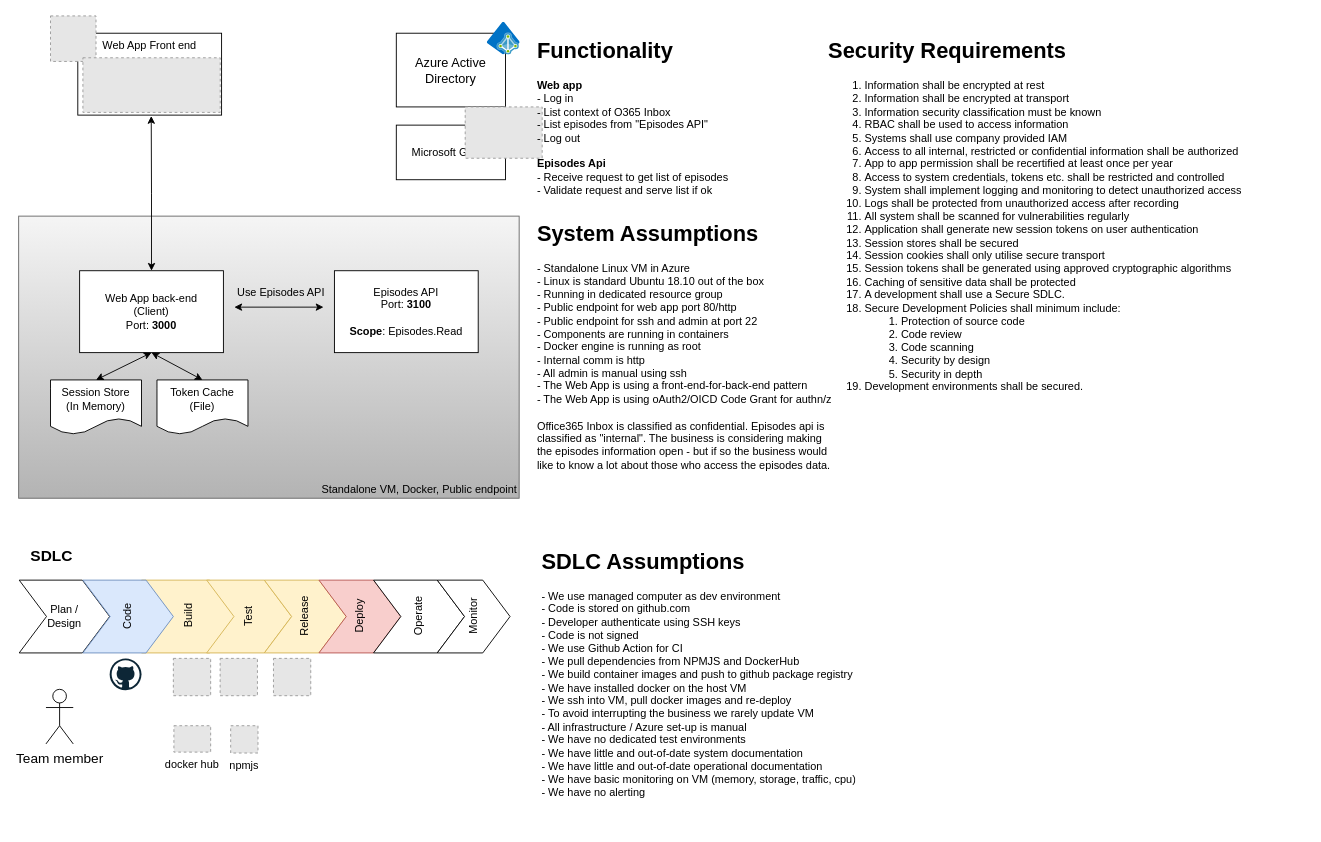
Earlier version of the draw.io diagram page "Example System SDLC" (6 of 6) of slides/drawings/tm-diagrams.drawio (equinor/appsec-threatmodeling-101-workshop). Source tidied: cells renumbered, new cells numbered last; positions are measured from the earlier drawing's top-left corner, leaving out a move shared by most shapes. Both pictures are drawn from the tidied source at 91%, with x=0, y=0 at pixel (18, 15). Pictures stored in the file or linked from it are replaced by grey dashed boxes.
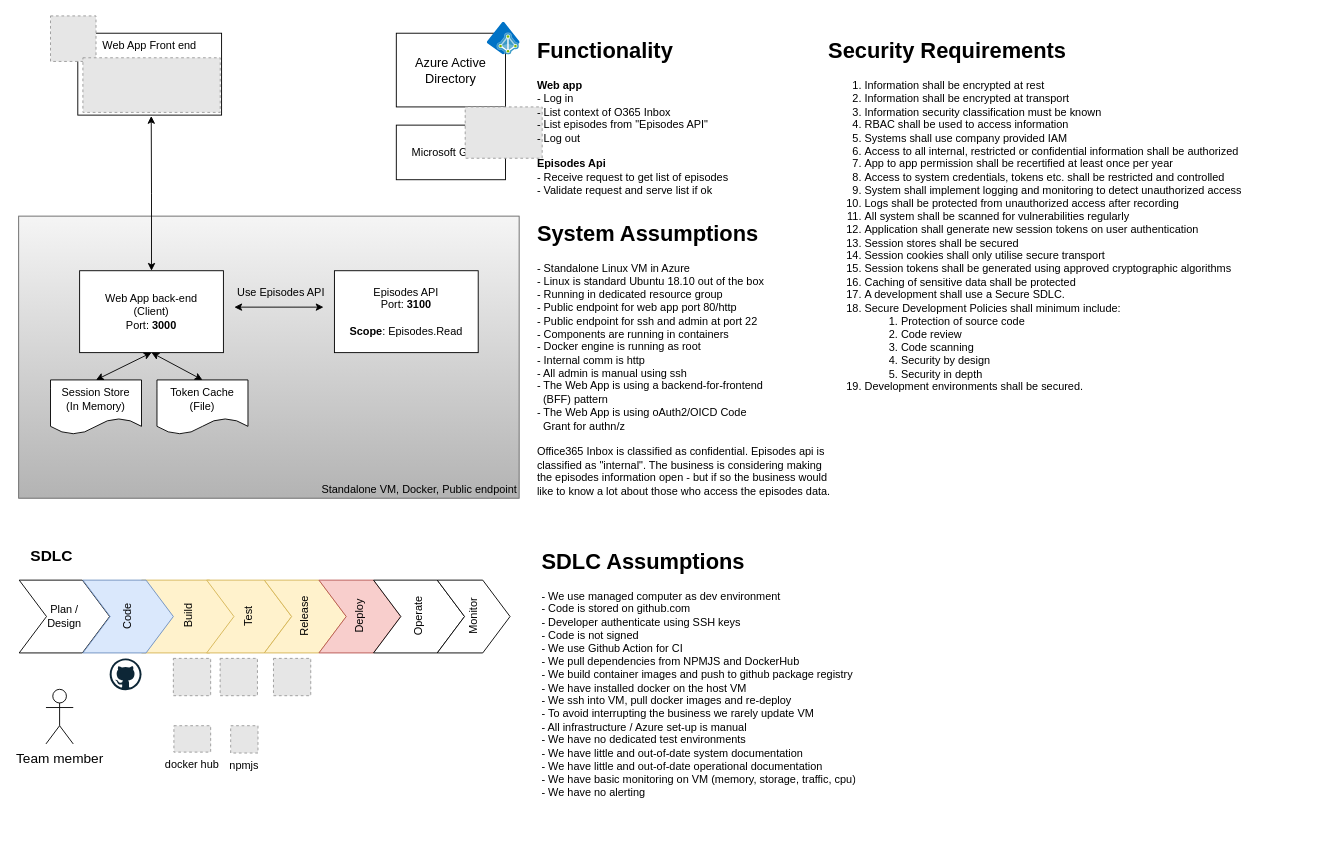
The same diagram, later.

What changed in the source:
```diff
@@
-    <mxCell id="36" value="&lt;h1&gt;System Assumptions&lt;/h1&gt;&lt;div&gt;- Standalone Linux VM in Azure&lt;/div&gt;&lt;div&gt;- Linux is standard Ubuntu 18.10 out of the box&lt;/div&gt;&lt;div&gt;- Running in dedicated resource group&lt;/div&gt;&lt;div&gt;- Public endpoint for web app port 80/http&lt;/div&gt;&lt;div&gt;- Public endpoint for ssh and admin at port 22&lt;/div&gt;&lt;div&gt;&lt;span style=&quot;background-color: initial;&quot;&gt;- Components a&lt;/span&gt;&lt;span style=&quot;background-color: initial;&quot;&gt;re running in containers&lt;/span&gt;&lt;/div&gt;&lt;div&gt;- Docker engine is running as root&lt;/div&gt;&lt;div&gt;&lt;span style=&quot;background-color: initial;&quot;&gt;- Internal comm is http&lt;/span&gt;&lt;br&gt;&lt;/div&gt;&lt;div&gt;- All admin is manual using ssh&lt;/div&gt;&lt;div&gt;- The Web App is using a front-end-for-back-end pattern&lt;/div&gt;&lt;div&gt;- The Web App is using oAuth2/OICD Code Grant for authn/z&lt;/div&gt;&lt;div&gt;&lt;br&gt;&lt;/div&gt;&lt;div&gt;Office365 Inbox is classified as confidential. Episodes api is classified as &quot;internal&quot;. The business is considering making the episodes information open - but if so the business would like to know a lot about those who access the episodes data.&lt;/div&gt;" style="text;html=1;strokeColor=none;fillColor=none;spacing=5;spacingTop=-20;whiteSpace=wrap;overflow=hidden;rounded=0;" parent="1" vertex="1">
+    <mxCell id="36" value="&lt;h1&gt;System Assumptions&lt;/h1&gt;&lt;div&gt;- Standalone Linux VM in Azure&lt;/div&gt;&lt;div&gt;- Linux is standard Ubuntu 18.10 out of the box&lt;/div&gt;&lt;div&gt;- Running in dedicated resource group&lt;/div&gt;&lt;div&gt;- Public endpoint for web app port 80/http&lt;/div&gt;&lt;div&gt;- Public endpoint for ssh and admin at port 22&lt;/div&gt;&lt;div&gt;&lt;span&gt;- Components a&lt;/span&gt;&lt;span&gt;re running in containers&lt;/span&gt;&lt;/div&gt;&lt;div&gt;- Docker engine is running as root&lt;/div&gt;&lt;div&gt;&lt;span&gt;- Internal comm is http&lt;/span&gt;&lt;br&gt;&lt;/div&gt;&lt;div&gt;- All admin is manual using ssh&lt;/div&gt;&lt;div&gt;&lt;div&gt;- The Web App is using a backend-for-frontend&lt;br&gt;&amp;nbsp; (BFF) pattern&lt;/div&gt;&lt;div&gt;- The Web App is using oAuth2/OICD Code&lt;br&gt;&amp;nbsp; Grant for authn/z&lt;/div&gt;&lt;/div&gt;&lt;div&gt;&lt;br&gt;&lt;/div&gt;&lt;div&gt;Office365 Inbox is classified as confidential. Episodes api is classified as &quot;internal&quot;. The business is considering making the episodes information open - but if so the business would like to know a lot about those who access the episodes data.&lt;/div&gt;" style="text;html=1;strokeColor=none;fillColor=none;spacing=5;spacingTop=-20;whiteSpace=wrap;overflow=hidden;rounded=0;" parent="1" vertex="1">
       <mxGeometry x="565" y="220" width="340" height="310" as="geometry" />
     </mxCell>
```
